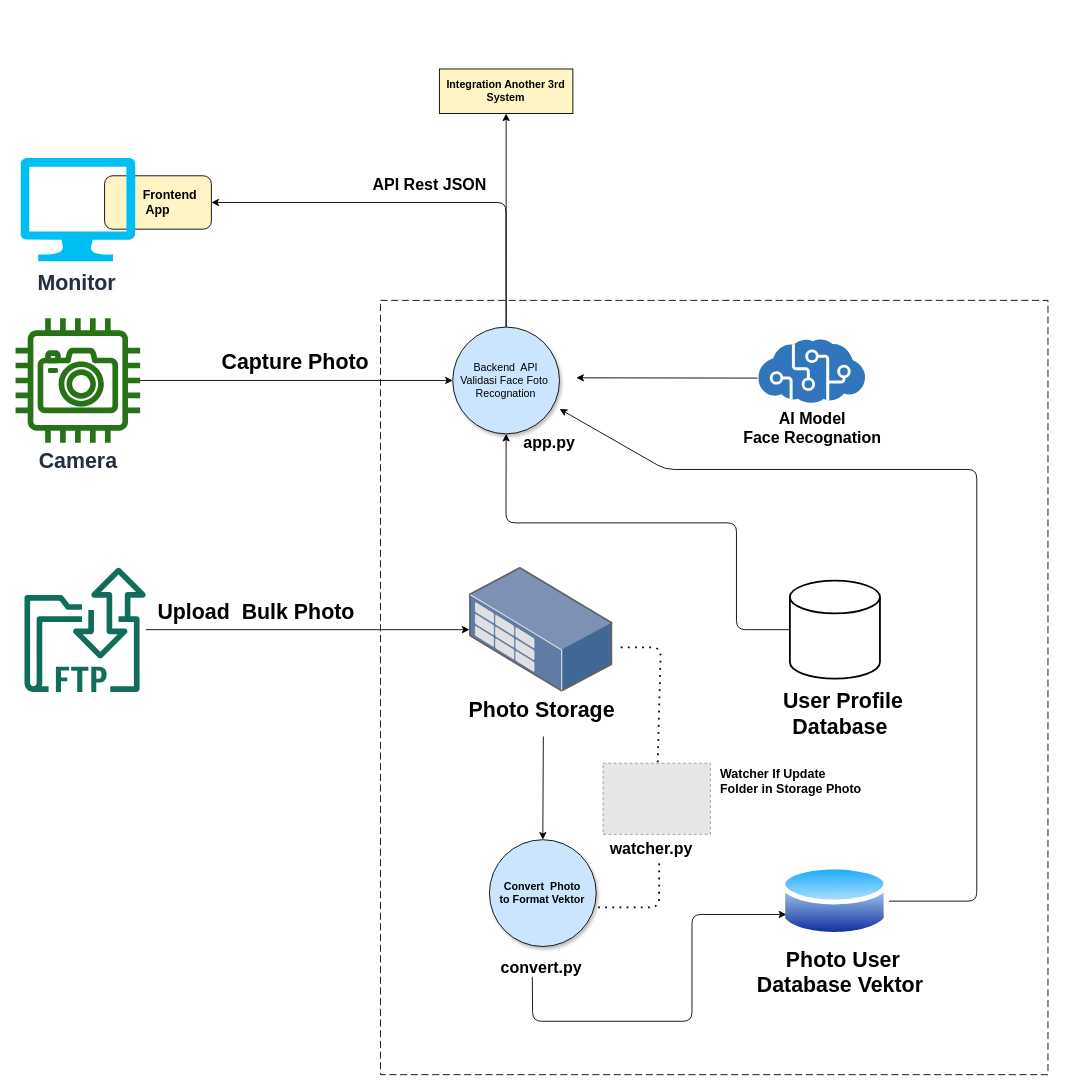
Above: design/architecture.drawio in dendie-sanjaya/ai-face-recognition (draw.io), before the change. Source tidied: cells renumbered, new cells numbered last; positions are measured from the earlier drawing's top-left corner, leaving out a move shared by most shapes. Both pictures are drawn from the tidied source at 89%, with x=0, y=0 at pixel (15, 69). Pictures stored in the file or linked from it are replaced by grey dashed boxes.
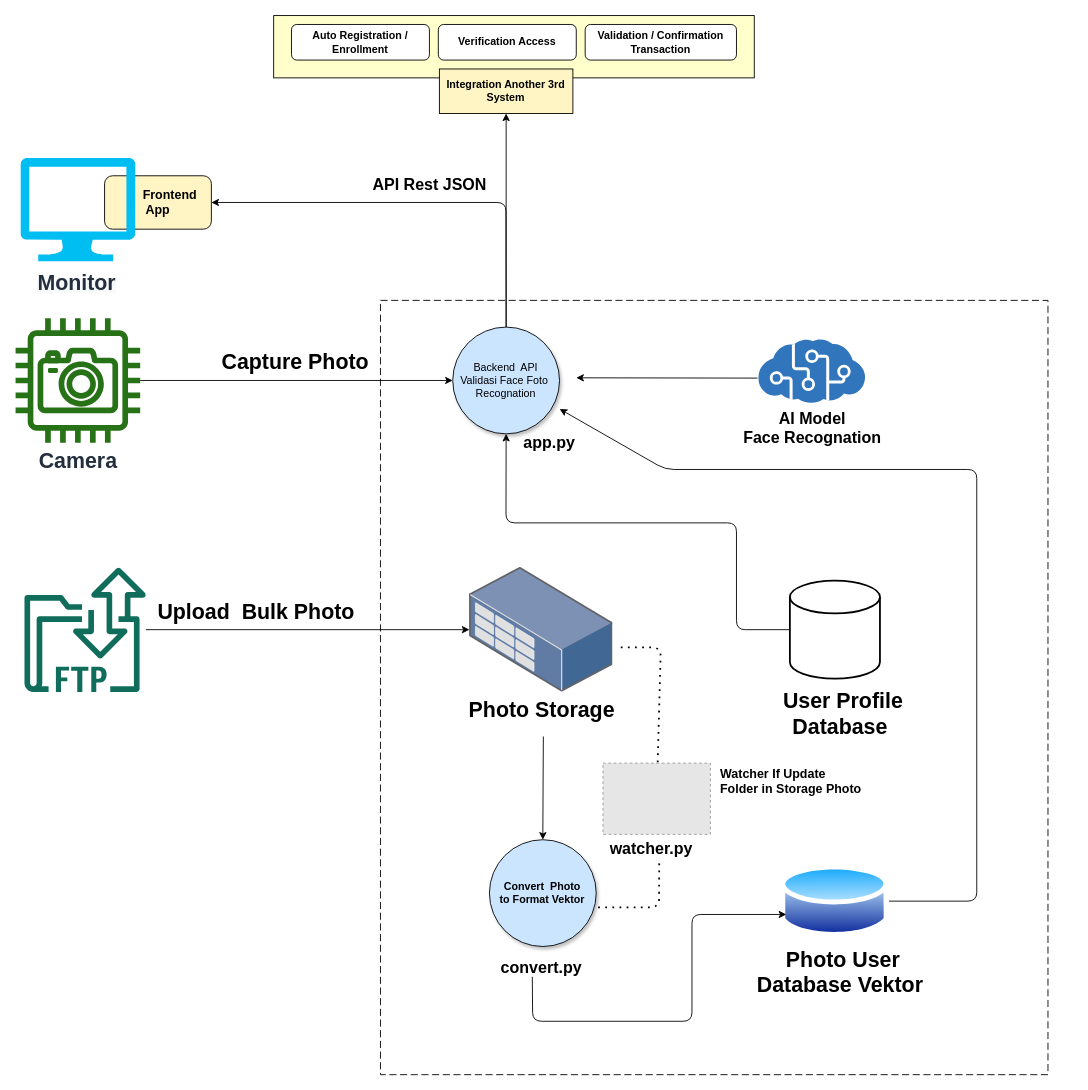
The same page after the edit.

Diff of the diagram source:
```diff
@@
+    <mxCell id="40" style="rounded=0;whiteSpace=wrap;html=1;fillColor=#FFFFCC;" parent="1" vertex="1">
+      <mxGeometry x="290" y="-60" width="540" height="70" as="geometry" />
+    </mxCell>
-    <mxCell id="2" style="group;" parent="1" vertex="1">
+    <mxCell id="2" style="group;fontStyle=0;" parent="1" vertex="1">
       <mxGeometry width="1188.8" height="1130" as="geometry" />
     </mxCell>
@@
+    <mxCell id="41" value="Auto Registration / Enrollment" style="rounded=1;whiteSpace=wrap;html=1;fontStyle=1;" parent="1" vertex="1">
+      <mxGeometry x="310" y="-50" width="155" height="40" as="geometry" />
+    </mxCell>
+    <mxCell id="42" value="Verification Access" style="rounded=1;whiteSpace=wrap;html=1;fontStyle=1;" parent="1" vertex="1">
+      <mxGeometry x="475" y="-50" width="155" height="40" as="geometry" />
+    </mxCell>
+    <mxCell id="43" value="Validation / Confirmation&lt;br&gt;Transaction" style="rounded=1;whiteSpace=wrap;html=1;fontStyle=1;" parent="1" vertex="1">
+      <mxGeometry x="640" y="-50" width="170" height="40" as="geometry" />
+    </mxCell>
```
